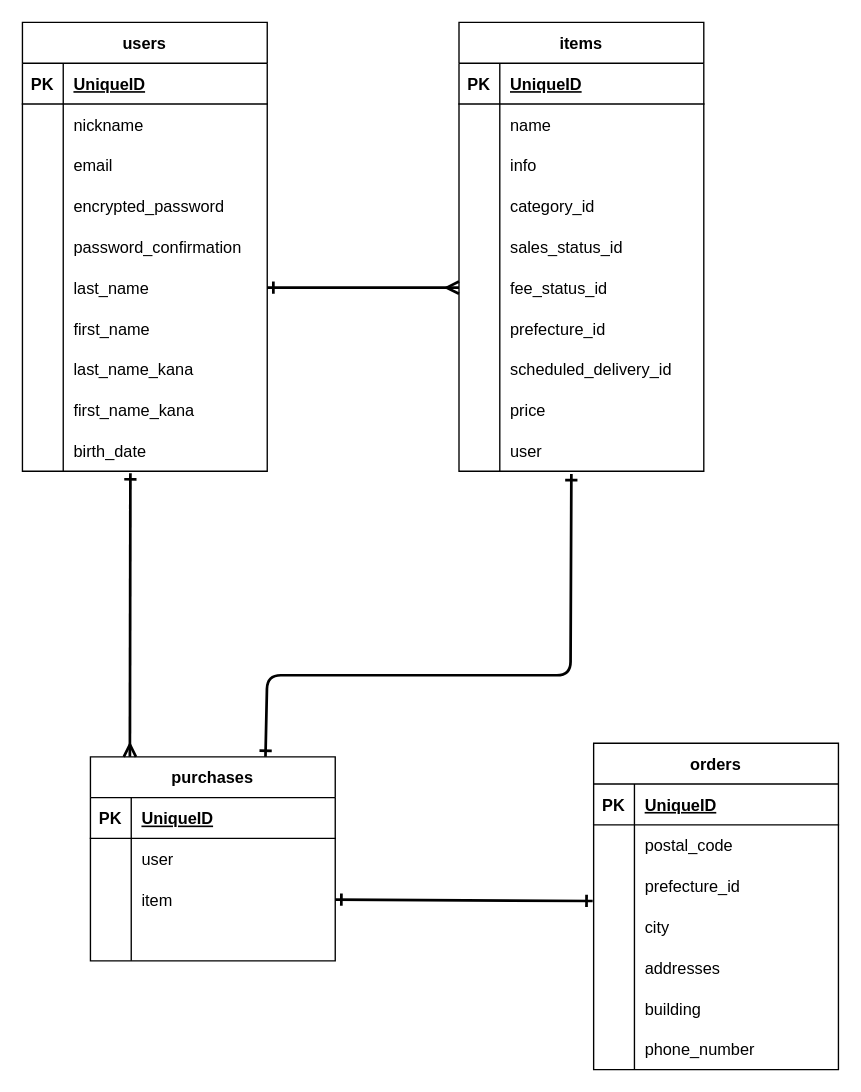
This is furima.dio from mylrella1102/furima-39300, a draw.io file, before an edit. Source tidied: cells renumbered, new cells numbered last; positions are measured from the earlier drawing's top-left corner, leaving out a move shared by most shapes. Both pictures are drawn from the tidied source at 136%, with x=0, y=0 at pixel (22, 22).
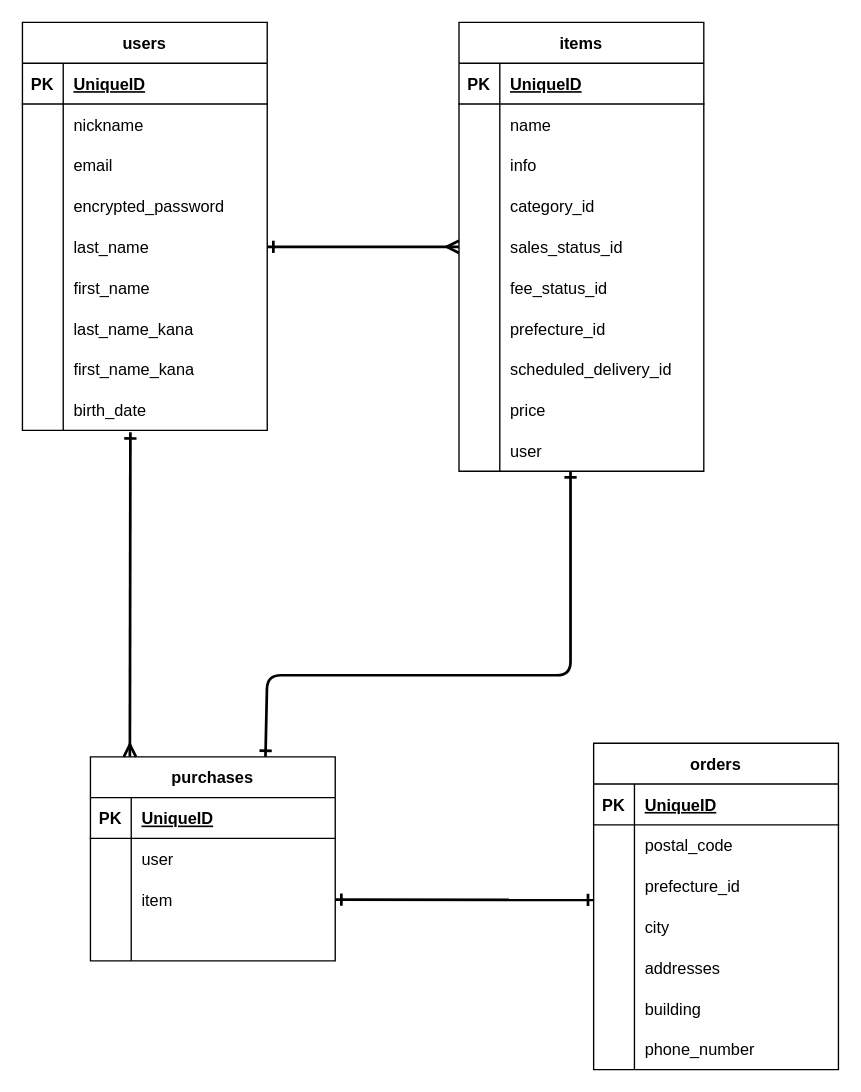
The same diagram, later.

Commit message (it also covers changes not shown here):
パスワードカラム修正２

The change refers to these unchanged cells:
```xml
<mxCell id="2" value="purchases" style="shape=table;startSize=30;childLayout=tableLayout;rowLines=0;fontStyle=1;align=center;" parent="1" vertex="1">
  <mxGeometry x="50" y="540" width="180" height="150" as="geometry" />
</mxCell>
<mxCell id="9" style="shape=tableRow;horizontal=0;startSize=0;swimlaneHead=0;swimlaneBody=0;fillColor=none;points=[[0,0.5],[1,0.5]];portConstraint=eastwest;top=0;left=0;right=0;bottom=0;" parent="2" vertex="1">
  <mxGeometry y="90" width="180" height="30" as="geometry" />
</mxCell>
<mxCell id="60" style="shape=tableRow;horizontal=0;startSize=0;swimlaneHead=0;swimlaneBody=0;fillColor=none;points=[[0,0.5],[1,0.5]];portConstraint=eastwest;top=0;left=0;right=0;bottom=0;" parent="47" vertex="1">
  <mxGeometry y="150" width="180" height="30" as="geometry" />
</mxCell>
<mxCell id="63" style="shape=tableRow;horizontal=0;startSize=0;swimlaneHead=0;swimlaneBody=0;fillColor=none;points=[[0,0.5],[1,0.5]];portConstraint=eastwest;top=0;left=0;right=0;bottom=0;" parent="47" vertex="1">
  <mxGeometry y="180" width="180" height="30" as="geometry" />
</mxCell>
<mxCell id="75" style="shape=tableRow;horizontal=0;startSize=0;swimlaneHead=0;swimlaneBody=0;fillColor=none;points=[[0,0.5],[1,0.5]];portConstraint=eastwest;top=0;left=0;right=0;bottom=0;" parent="47" vertex="1">
  <mxGeometry y="300" width="180" height="30" as="geometry" />
</mxCell>
<mxCell id="85" style="shape=tableRow;horizontal=0;startSize=0;swimlaneHead=0;swimlaneBody=0;fillColor=none;points=[[0,0.5],[1,0.5]];portConstraint=eastwest;top=0;left=0;right=0;bottom=0;" parent="78" vertex="1">
  <mxGeometry y="90" width="180" height="30" as="geometry" />
</mxCell>
<mxCell id="88" style="shape=tableRow;horizontal=0;startSize=0;swimlaneHead=0;swimlaneBody=0;fillColor=none;points=[[0,0.5],[1,0.5]];portConstraint=eastwest;top=0;left=0;right=0;bottom=0;" parent="78" vertex="1">
  <mxGeometry y="120" width="180" height="30" as="geometry" />
</mxCell>
```

Diff of the diagram source:
```diff
@@
     <mxCell id="16" value="users" style="shape=table;startSize=30;childLayout=tableLayout;rowLines=0;fontStyle=1;align=center;" parent="15" vertex="1">
-      <mxGeometry width="180" height="330" as="geometry" />
+      <mxGeometry width="180" height="300" as="geometry" />
     </mxCell>
@@
-    <mxCell id="29" style="shape=tableRow;horizontal=0;startSize=0;swimlaneHead=0;swimlaneBody=0;fillColor=none;top=0;left=0;right=0;bottom=0;" parent="16" vertex="1">
-      <mxGeometry y="150" width="180" height="30" as="geometry" />
-    </mxCell>
-    <mxCell id="30" style="shape=partialRectangle;fillColor=none;top=0;left=0;bottom=0;right=0;overflow=hidden;" parent="29" vertex="1">
-      <mxGeometry width="30" height="30" as="geometry" />
-    </mxCell>
-    <mxCell id="31" value="password_confirmation" style="shape=partialRectangle;fillColor=none;top=0;left=0;bottom=0;right=0;align=left;spacingLeft=6;overflow=hidden;" parent="29" vertex="1">
-      <mxGeometry x="30" width="150" height="30" as="geometry" />
-    </mxCell>
     <mxCell id="32" style="shape=tableRow;horizontal=0;startSize=0;swimlaneHead=0;swimlaneBody=0;fillColor=none;points=[[0,0.5],[1,0.5]];portConstraint=eastwest;top=0;left=0;right=0;bottom=0;" parent="16" vertex="1">
-      <mxGeometry y="180" width="180" height="30" as="geometry" />
+      <mxGeometry y="150" width="180" height="30" as="geometry" />
     </mxCell>
@@
     <mxCell id="35" style="shape=tableRow;horizontal=0;startSize=0;swimlaneHead=0;swimlaneBody=0;fillColor=none;top=0;left=0;right=0;bottom=0;" parent="16" vertex="1">
-      <mxGeometry y="210" width="180" height="30" as="geometry" />
+      <mxGeometry y="180" width="180" height="30" as="geometry" />
     </mxCell>
@@
     <mxCell id="38" style="shape=tableRow;horizontal=0;startSize=0;swimlaneHead=0;swimlaneBody=0;fillColor=none;top=0;left=0;right=0;bottom=0;" parent="16" vertex="1">
-      <mxGeometry y="240" width="180" height="30" as="geometry" />
+      <mxGeometry y="210" width="180" height="30" as="geometry" />
     </mxCell>
@@
     <mxCell id="41" style="shape=tableRow;horizontal=0;startSize=0;swimlaneHead=0;swimlaneBody=0;fillColor=none;top=0;left=0;right=0;bottom=0;" parent="16" vertex="1">
-      <mxGeometry y="270" width="180" height="30" as="geometry" />
+      <mxGeometry y="240" width="180" height="30" as="geometry" />
     </mxCell>
@@
     <mxCell id="44" style="shape=tableRow;horizontal=0;startSize=0;swimlaneHead=0;swimlaneBody=0;fillColor=none;points=[[0,0.5],[1,0.5]];portConstraint=eastwest;top=0;left=0;right=0;bottom=0;" parent="16" vertex="1">
-      <mxGeometry y="300" width="180" height="30" as="geometry" />
+      <mxGeometry y="270" width="180" height="30" as="geometry" />
     </mxCell>
@@
-    <mxCell id="100" style="edgeStyle=none;html=1;exitX=1;exitY=0.5;exitDx=0;exitDy=0;startArrow=ERone;startFill=0;endArrow=ERmany;endFill=0;strokeWidth=2;entryX=0;entryY=0.5;entryDx=0;entryDy=0;" parent="15" edge="1" source="32" target="63">
+    <mxCell id="100" style="edgeStyle=none;html=1;exitX=1;exitY=0.5;exitDx=0;exitDy=0;startArrow=ERone;startFill=0;endArrow=ERmany;endFill=0;strokeWidth=2;entryX=0;entryY=0.5;entryDx=0;entryDy=0;" parent="15" edge="1" source="32" target="60">
       <mxGeometry relative="1" as="geometry" />
     </mxCell>
-    <mxCell id="101" style="edgeStyle=none;html=1;exitX=0.459;exitY=1.067;exitDx=0;exitDy=0;startArrow=ERone;startFill=0;endArrow=ERone;endFill=0;entryX=0.715;entryY=0;entryDx=0;entryDy=0;exitPerimeter=0;entryPerimeter=0;strokeWidth=2;" parent="15" edge="1" source="75" target="2">
+    <mxCell id="101" style="edgeStyle=none;html=1;startArrow=ERone;startFill=0;endArrow=ERone;endFill=0;entryX=0.715;entryY=0;entryDx=0;entryDy=0;entryPerimeter=0;strokeWidth=2;" parent="15" edge="1" target="2">
       <mxGeometry relative="1" as="geometry">
+        <mxPoint x="403" y="330" as="sourcePoint" />
         <Array as="points">
           <mxPoint x="403" y="480" />
           <mxPoint x="180" y="480" />
         </Array>
       </mxGeometry>
     </mxCell>
-    <mxCell id="102" style="edgeStyle=none;html=1;exitX=1;exitY=0.5;exitDx=0;exitDy=0;entryX=-0.004;entryY=0.867;entryDx=0;entryDy=0;entryPerimeter=0;strokeWidth=2;startArrow=ERone;startFill=0;endArrow=ERone;endFill=0;" parent="15" edge="1" source="9" target="85">
+    <mxCell id="102" style="edgeStyle=none;html=1;exitX=1;exitY=0.5;exitDx=0;exitDy=0;entryX=0.002;entryY=-0.16;entryDx=0;entryDy=0;entryPerimeter=0;strokeWidth=2;startArrow=ERone;startFill=0;endArrow=ERone;endFill=0;" parent="15" edge="1" source="9" target="88">
       <mxGeometry relative="1" as="geometry" />
     </mxCell>
```
